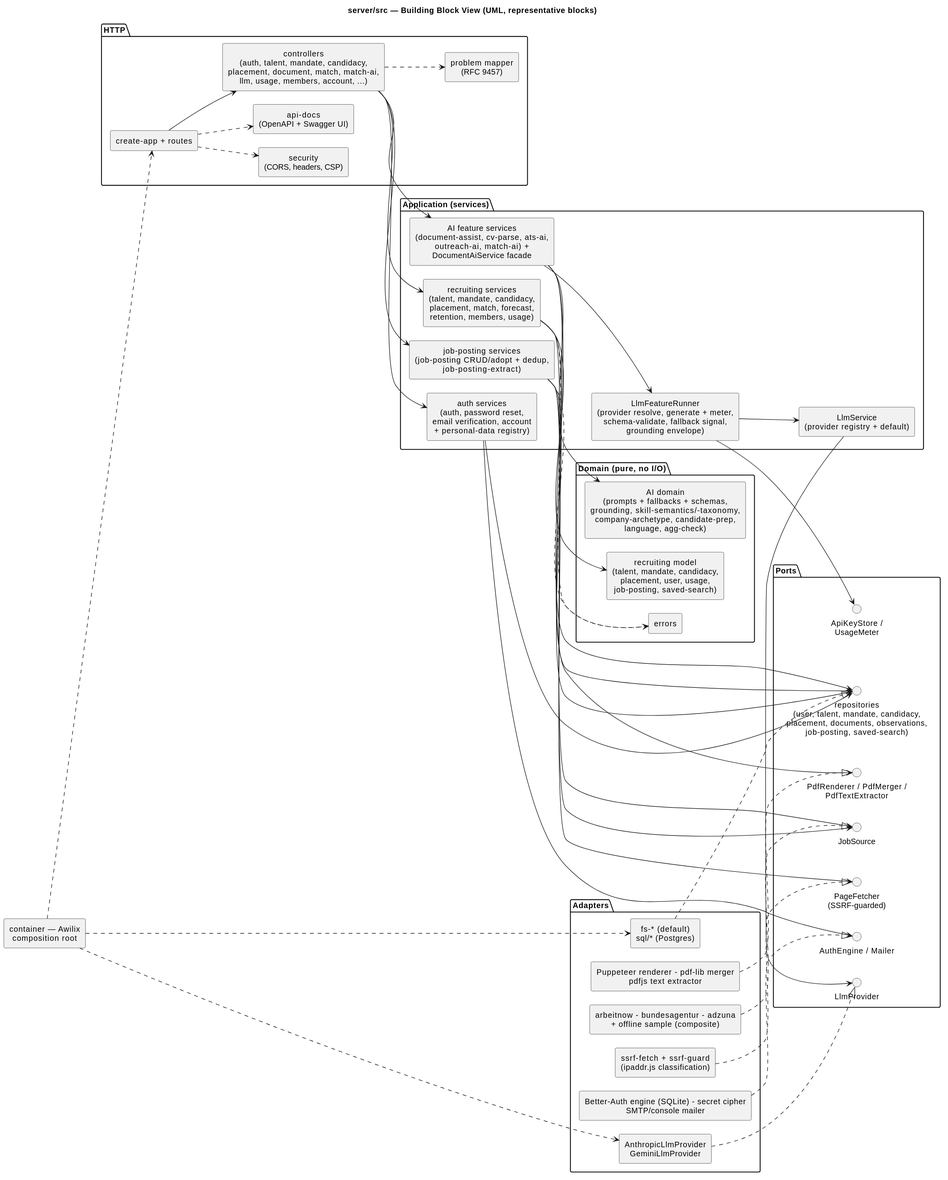
Earlier version of the PlantUML export docs/umls/05_building_blocks.svg (NexusHero/Resume).
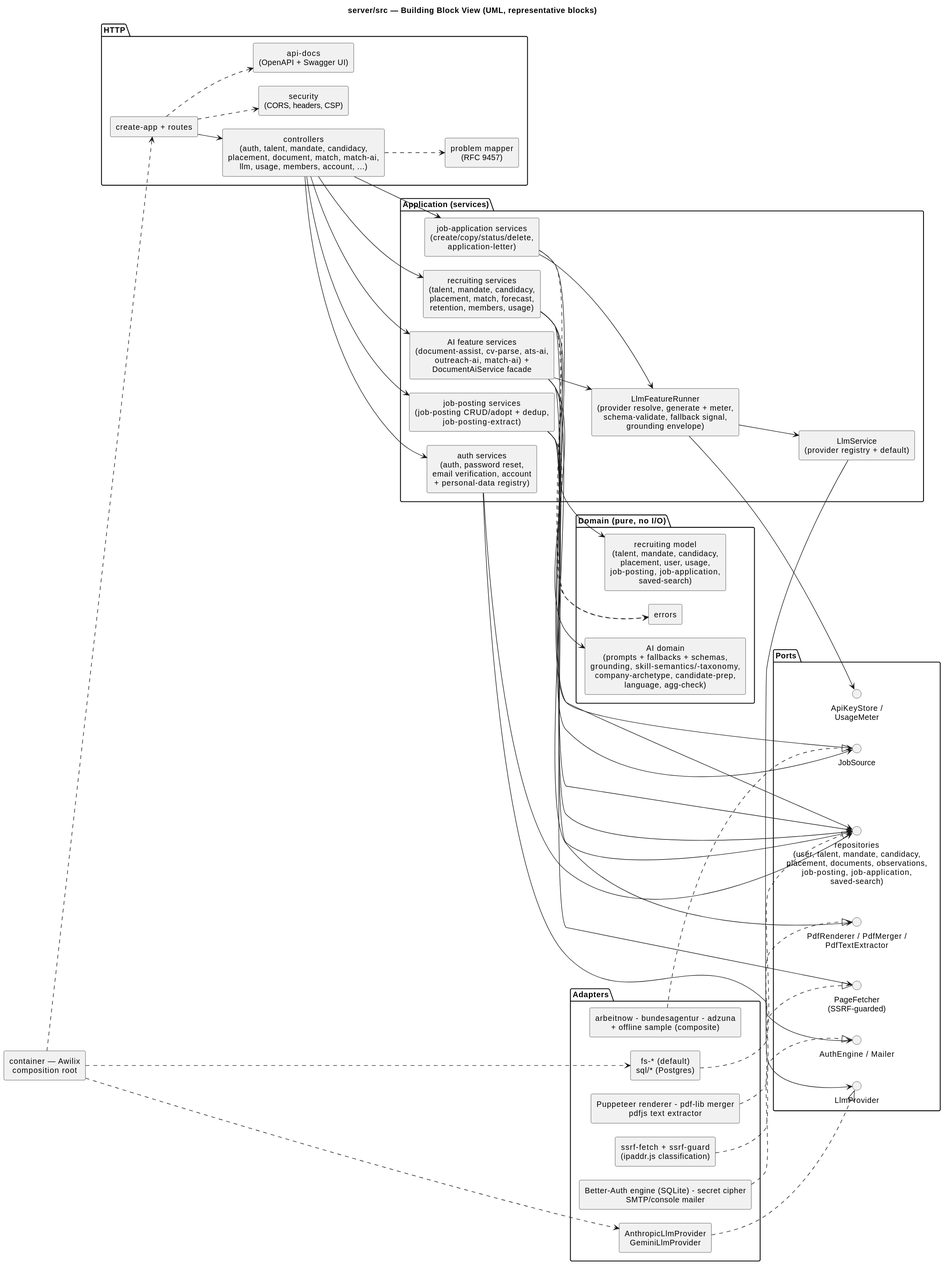
Later version of the same file.

What changed in the source:
```diff
@@ -21,18 +21,19 @@
   [AI feature services\n(document-assist, cv-parse, ats-ai,\noutreach-ai, match-ai) +\nDocumentAiService facade] as AiSvc
   [recruiting services\n(talent, mandate, candidacy,\nplacement, match, forecast,\nretention, members, usage)] as RecSvc
   [job-posting services\n(job-posting CRUD/adopt + dedup,\njob-posting-extract)] as JobPostingSvc
+  [job-application services\n(create/copy/status/delete,\napplication-letter)] as JobAppSvc
   [auth services\n(auth, password reset,\nemail verification, account\n+ personal-data registry)] as AuthSvc
   [LlmService\n(provider registry + default)] as LlmSvc
 }
 
 package "Domain (pure, no I/O)" {
-  [recruiting model\n(talent, mandate, candidacy,\nplacement, user, usage,\njob-posting, saved-search)] as Model
+  [recruiting model\n(talent, mandate, candidacy,\nplacement, user, usage,\njob-posting, job-application,\nsaved-search)] as Model
   [AI domain\n(prompts + fallbacks + schemas,\ngrounding, skill-semantics/-taxonomy,\ncompany-archetype, candidate-prep,\nlanguage, agg-check)] as AiDomain
   [errors] as DomainErrors
 }
 
 package "Ports" {
-  interface "repositories\n(user, talent, mandate, candidacy,\nplacement, documents, observations,\njob-posting, saved-search)" as Repos
+  interface "repositories\n(user, talent, mandate, candidacy,\nplacement, documents, observations,\njob-posting, job-application,\nsaved-search)" as Repos
   interface LlmProvider
   interface "ApiKeyStore /\nUsageMeter" as Keys
   interface "AuthEngine / Mailer" as AuthPorts
@@ -60,6 +61,7 @@
 Ctrl --> RecSvc
 Ctrl --> AuthSvc
 Ctrl --> JobPostingSvc
+Ctrl --> JobAppSvc
 AiSvc --> Runner
 Runner --> LlmSvc
 Runner --> Keys
@@ -72,8 +74,11 @@
 JobPostingSvc --> Repos
 JobPostingSvc --> JobSource
 JobPostingSvc --> PageFetcher
+JobAppSvc --> Repos
+JobAppSvc --> Runner
 RecSvc ..> DomainErrors
 JobPostingSvc ..> DomainErrors
+JobAppSvc ..> DomainErrors
 AiSvc --> PdfPorts
 RecSvc --> JobSource
 LlmSvc --> LlmProvider
```
